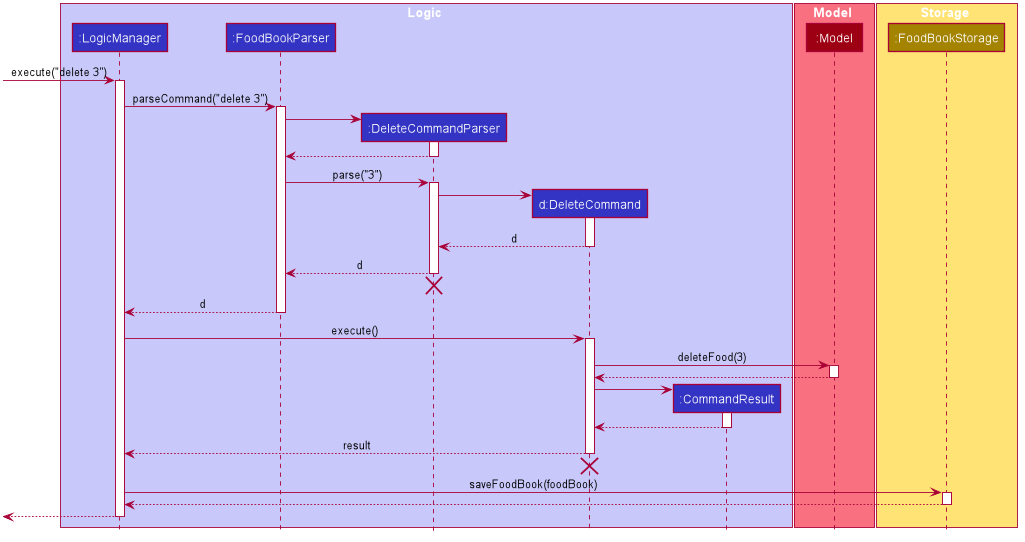
Above: images/DietTrackerDeleteCommandSequenceDiagram.png in AY1920S2-CS2103T-W13-1/main (PlantUML), before the change. The source it was exported from:
```plantuml
@startuml









skinparam BackgroundColor #FFFFFFF

skinparam Shadowing false

skinparam Class {
    FontColor #FFFFFF
    BorderThickness 1
    BorderColor #FFFFFF
    StereotypeFontColor #FFFFFF
    FontName Arial
}

skinparam Actor {
    BorderColor #000000
    Color #000000
    FontName Arial
}

skinparam Sequence {
    MessageAlign center
    BoxFontSize 15
    BoxPadding 0
    BoxFontColor #FFFFFF
    FontName Arial
}

skinparam Participant {
    FontColor #FFFFFFF
    Padding 20
}

skinparam MinClassWidth 50
skinparam ParticipantPadding 10
skinparam Shadowing false
skinparam DefaultTextAlignment center
skinparam packageStyle Rectangle

hide footbox
hide members
hide circle

box Logic #C8C8FA
participant ":LogicManager" as LogicManager #3333C4
participant ":FoodBookParser" as FoodBookParser #3333C4
participant ":DeleteCommandParser" as DeleteCommandParser #3333C4
participant "d:DeleteCommand" as DeleteCommand #3333C4
participant ":CommandResult" as CommandResult #3333C4
end box

box Model #F97181
participant ":Model" as Model #9D0012
end box

box Storage #FFE374
participant ":FoodBookStorage" as FoodBookStorage #A38300
end box

[-> LogicManager : execute("delete 3")
activate LogicManager

LogicManager -> FoodBookParser : parseCommand("delete 3")
activate FoodBookParser

create DeleteCommandParser
FoodBookParser -> DeleteCommandParser
activate DeleteCommandParser

DeleteCommandParser --> FoodBookParser
deactivate DeleteCommandParser

FoodBookParser -> DeleteCommandParser : parse("3")
activate DeleteCommandParser

create DeleteCommand
DeleteCommandParser -> DeleteCommand
activate DeleteCommand

DeleteCommand --> DeleteCommandParser : d
deactivate DeleteCommand

DeleteCommandParser --> FoodBookParser : d
deactivate DeleteCommandParser
DeleteCommandParser -[hidden]-> FoodBookParser
destroy DeleteCommandParser

FoodBookParser --> LogicManager : d
deactivate FoodBookParser

LogicManager -> DeleteCommand : execute()
activate DeleteCommand

DeleteCommand -> Model : deleteFood(3)
activate Model

Model --> DeleteCommand
deactivate Model

create CommandResult
DeleteCommand -> CommandResult
activate CommandResult

CommandResult --> DeleteCommand
deactivate CommandResult

DeleteCommand --> LogicManager : result
deactivate DeleteCommand

DeleteCommand -[hidden]-> FoodBookStorage
destroy DeleteCommand

LogicManager -> FoodBookStorage : saveFoodBook(foodBook)
activate FoodBookStorage

FoodBookStorage --> LogicManager
deactivate FoodBookStorage

[<--LogicManager
deactivate LogicManager
@enduml
```
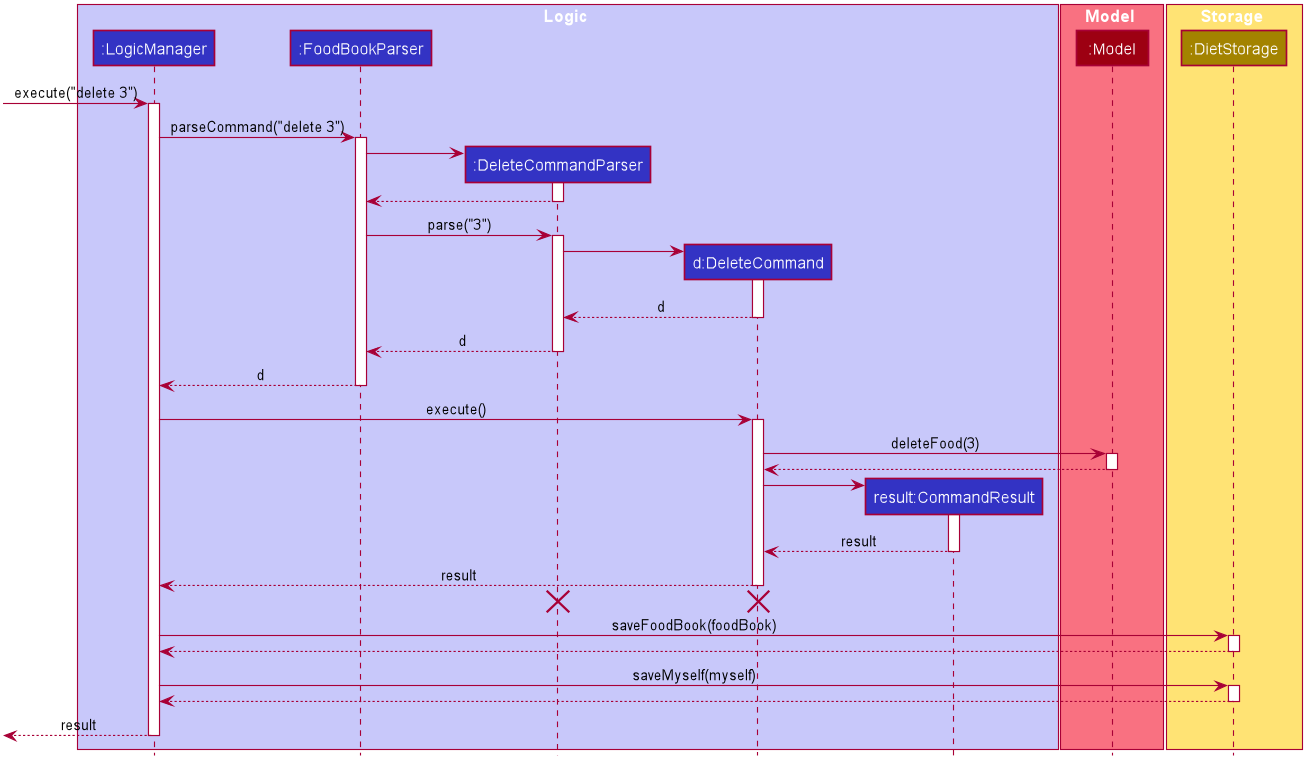
The same file after the commit.

What changed in the source:
```diff
@@ -54,7 +54,7 @@
 participant ":FoodBookParser" as FoodBookParser #3333C4
 participant ":DeleteCommandParser" as DeleteCommandParser #3333C4
 participant "d:DeleteCommand" as DeleteCommand #3333C4
-participant ":CommandResult" as CommandResult #3333C4
+participant "result:CommandResult" as CommandResult #3333C4
 end box
 
 box Model #F97181
@@ -62,7 +62,7 @@
 end box
 
 box Storage #FFE374
-participant ":FoodBookStorage" as FoodBookStorage #A38300
+participant ":DietStorage" as FoodBookStorage #A38300
 end box
 
 [-> LogicManager : execute("delete 3")
@@ -90,8 +90,7 @@
 
 DeleteCommandParser --> FoodBookParser : d
 deactivate DeleteCommandParser
-DeleteCommandParser -[hidden]-> FoodBookParser
-destroy DeleteCommandParser
+
 
 FoodBookParser --> LogicManager : d
 deactivate FoodBookParser
@@ -109,7 +108,7 @@
 DeleteCommand -> CommandResult
 activate CommandResult
 
-CommandResult --> DeleteCommand
+CommandResult --> DeleteCommand : result
 deactivate CommandResult
 
 DeleteCommand --> LogicManager : result
@@ -117,6 +116,7 @@
 
 DeleteCommand -[hidden]-> FoodBookStorage
 destroy DeleteCommand
+destroy DeleteCommandParser
 
 LogicManager -> FoodBookStorage : saveFoodBook(foodBook)
 activate FoodBookStorage
@@ -124,6 +124,12 @@
 FoodBookStorage --> LogicManager
 deactivate FoodBookStorage
 
-[<--LogicManager
+LogicManager -> FoodBookStorage : saveMyself(myself)
+activate FoodBookStorage
+
+FoodBookStorage --> LogicManager
+deactivate FoodBookStorage
+
+[<--LogicManager : result
 deactivate LogicManager
 @enduml
```
